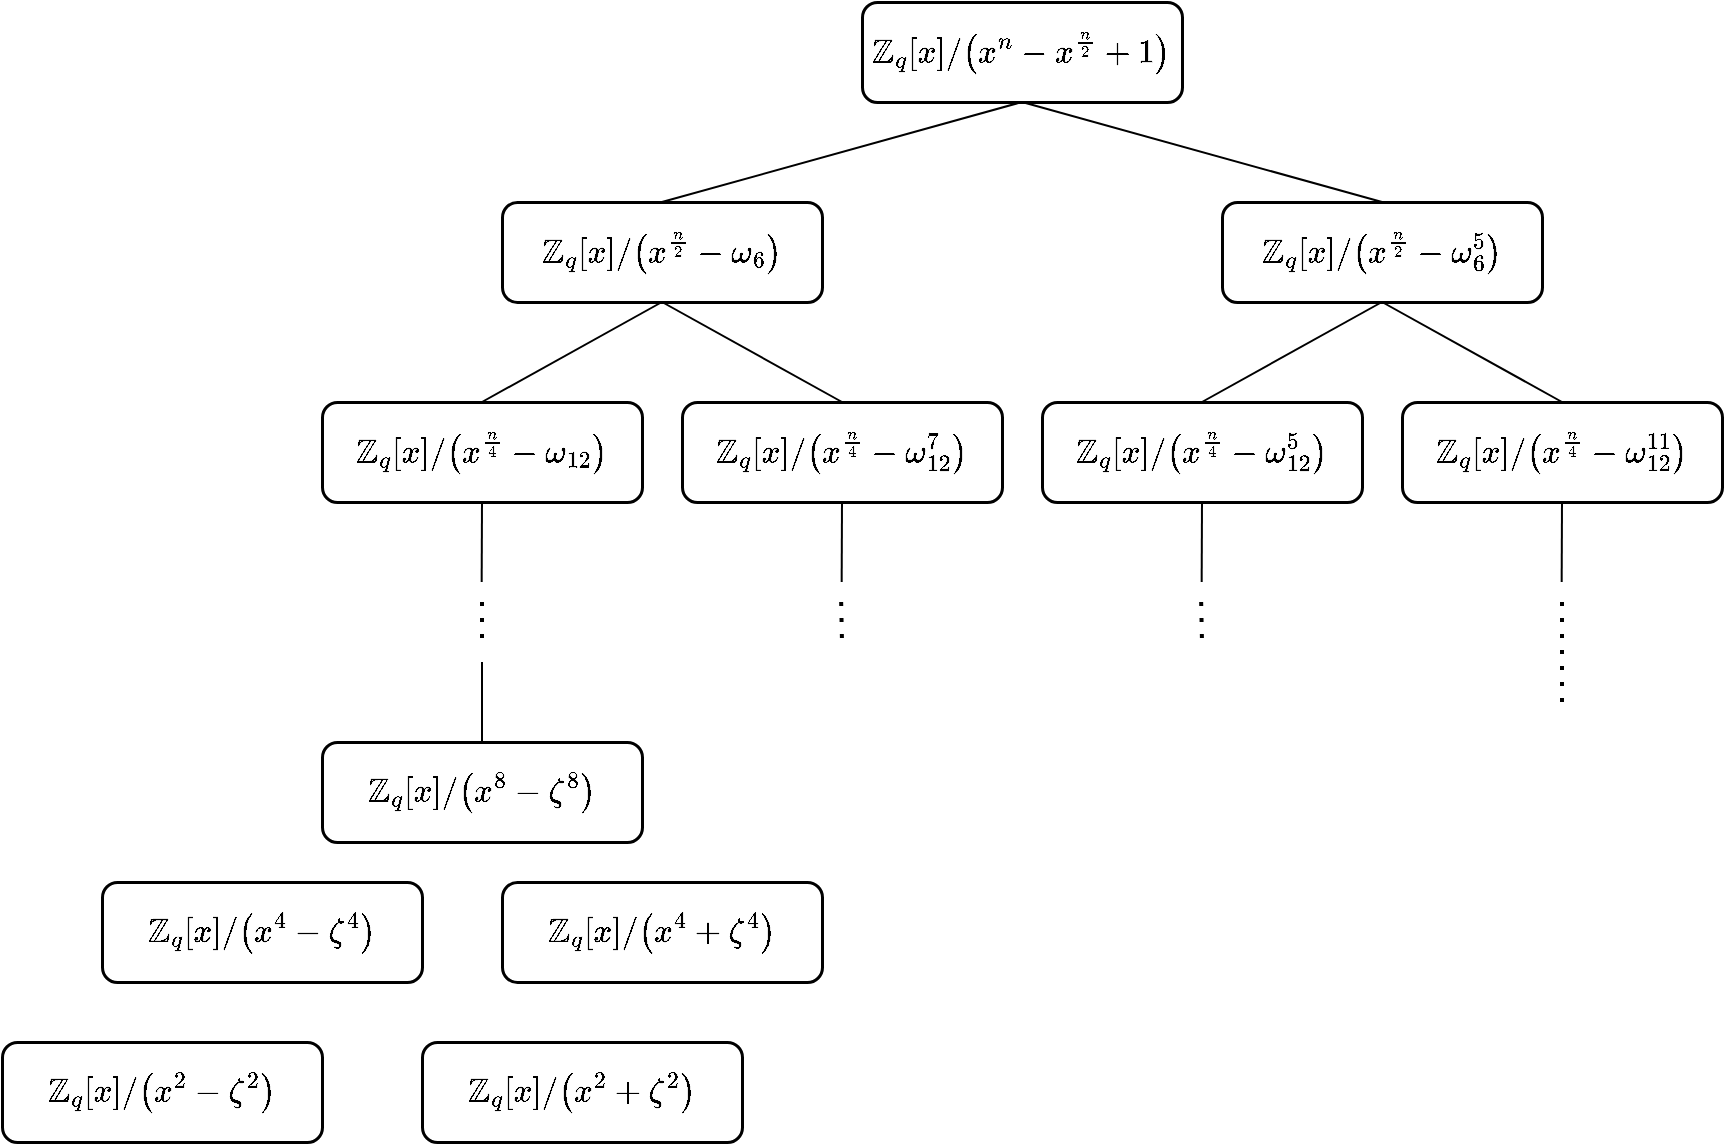
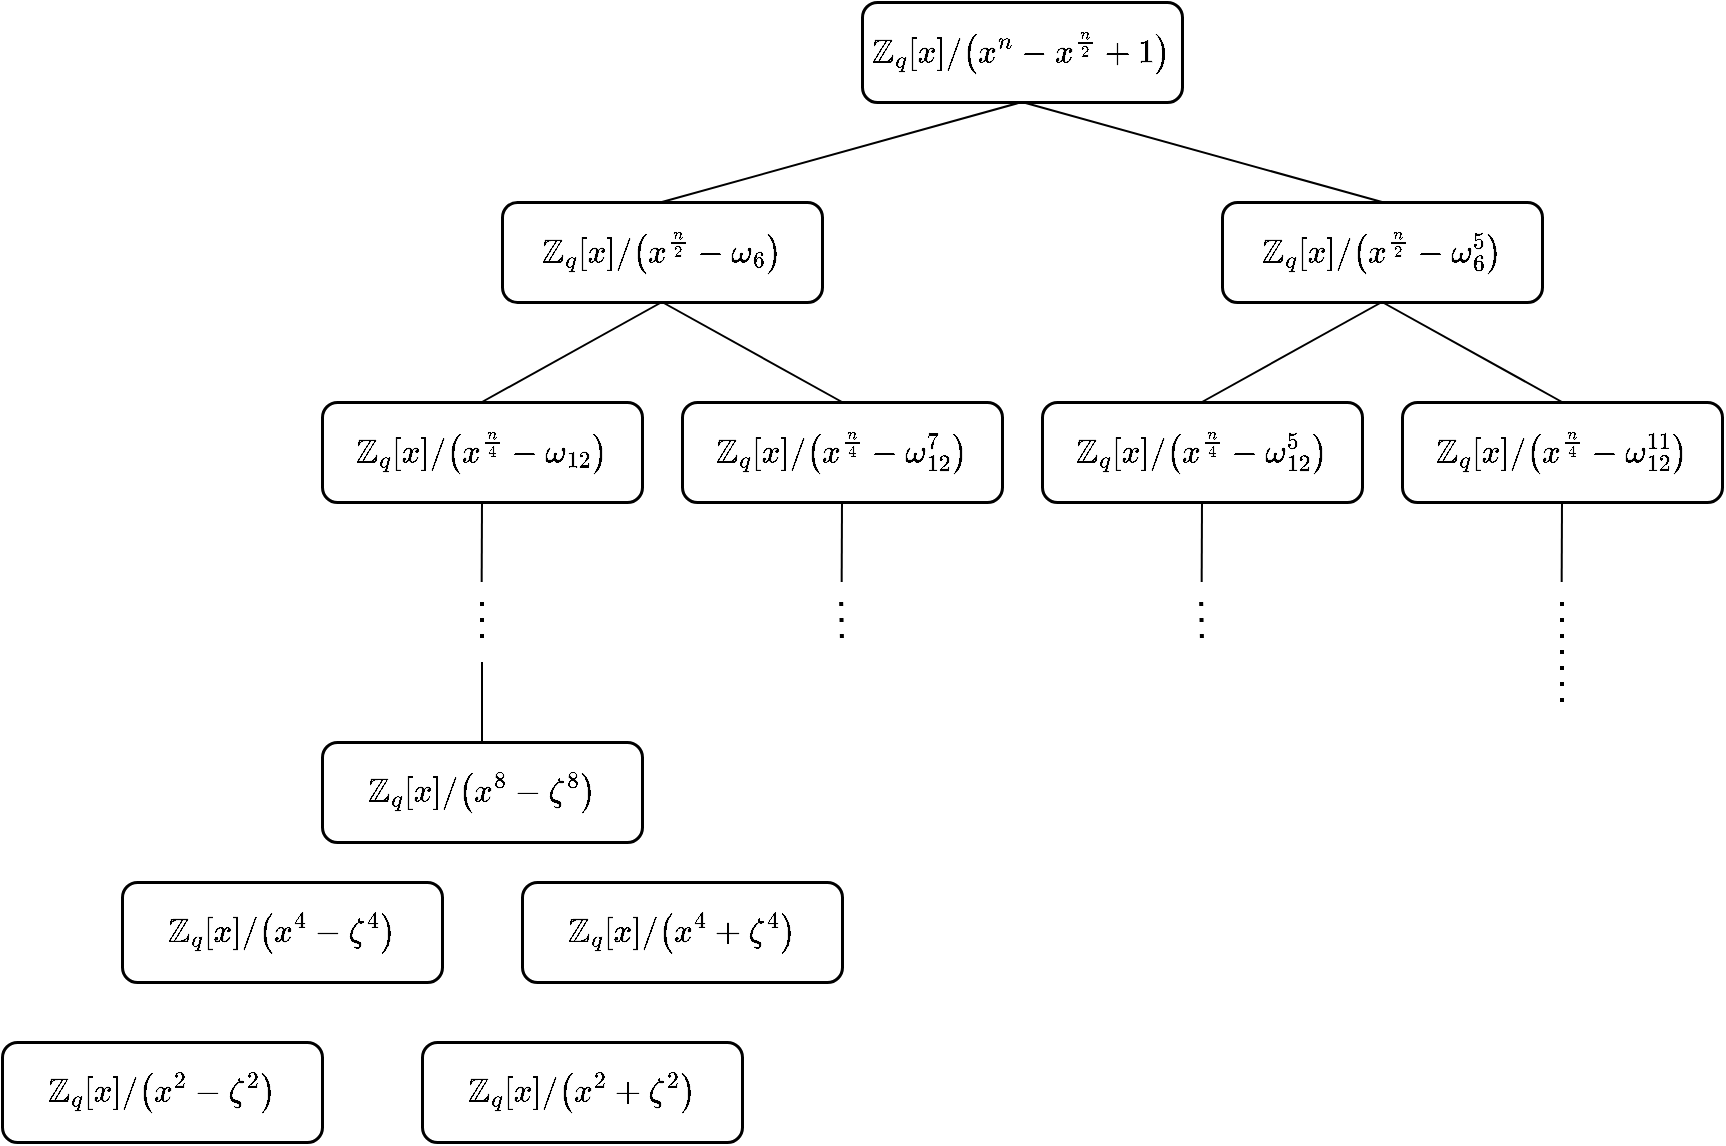
<mxfile host="app.diagrams.net">
  <diagram name="第 1 页" id="r_cadCLkMDmKBiWyYnG-">
    <mxGraphModel dx="1095" dy="708" grid="1" gridSize="10" guides="1" tooltips="1" connect="1" arrows="1" fold="1" page="1" pageScale="1" pageWidth="1600" pageHeight="900" math="1" shadow="0">
      <root>
        <mxCell id="0" />
        <mxCell id="1" parent="0" />
        <mxCell id="RMBLcs9uN_SKzhUv9nPz-4" edge="1" parent="1" style="rounded=0;orthogonalLoop=1;jettySize=auto;html=1;exitX=0.5;exitY=1;exitDx=0;exitDy=0;entryX=0.5;entryY=0;entryDx=0;entryDy=0;endArrow=none;endFill=0;" target="RMBLcs9uN_SKzhUv9nPz-11">
          <mxGeometry relative="1" as="geometry">
            <mxPoint x="620" y="190" as="sourcePoint" />
          </mxGeometry>
        </mxCell>
        <mxCell id="RMBLcs9uN_SKzhUv9nPz-5" edge="1" parent="1" style="edgeStyle=none;shape=connector;rounded=0;orthogonalLoop=1;jettySize=auto;html=1;exitX=0.5;exitY=1;exitDx=0;exitDy=0;entryX=0.5;entryY=0;entryDx=0;entryDy=0;strokeColor=default;align=center;verticalAlign=middle;fontFamily=Helvetica;fontSize=11;fontColor=default;labelBackgroundColor=default;endArrow=none;endFill=0;" target="RMBLcs9uN_SKzhUv9nPz-13">
          <mxGeometry relative="1" as="geometry">
            <mxPoint x="620" y="190" as="sourcePoint" />
          </mxGeometry>
        </mxCell>
        <mxCell id="RMBLcs9uN_SKzhUv9nPz-7" edge="1" parent="1" style="edgeStyle=none;shape=connector;rounded=0;orthogonalLoop=1;jettySize=auto;html=1;exitX=0.5;exitY=1;exitDx=0;exitDy=0;entryX=0.5;entryY=0;entryDx=0;entryDy=0;strokeColor=default;align=center;verticalAlign=middle;fontFamily=Helvetica;fontSize=11;fontColor=default;labelBackgroundColor=default;endArrow=none;endFill=0;" target="RMBLcs9uN_SKzhUv9nPz-15">
          <mxGeometry relative="1" as="geometry">
            <mxPoint x="980" y="190" as="sourcePoint" />
          </mxGeometry>
        </mxCell>
        <mxCell id="RMBLcs9uN_SKzhUv9nPz-8" edge="1" parent="1" style="edgeStyle=none;shape=connector;rounded=0;orthogonalLoop=1;jettySize=auto;html=1;exitX=0.5;exitY=1;exitDx=0;exitDy=0;entryX=0.5;entryY=0;entryDx=0;entryDy=0;strokeColor=default;align=center;verticalAlign=middle;fontFamily=Helvetica;fontSize=11;fontColor=default;labelBackgroundColor=default;endArrow=none;endFill=0;" target="RMBLcs9uN_SKzhUv9nPz-17">
          <mxGeometry relative="1" as="geometry">
            <mxPoint x="980" y="190" as="sourcePoint" />
          </mxGeometry>
        </mxCell>
        <mxCell id="RMBLcs9uN_SKzhUv9nPz-10" edge="1" parent="1" source="RMBLcs9uN_SKzhUv9nPz-11" style="edgeStyle=none;shape=connector;rounded=0;orthogonalLoop=1;jettySize=auto;html=1;exitX=0.5;exitY=1;exitDx=0;exitDy=0;strokeColor=default;align=center;verticalAlign=middle;fontFamily=Helvetica;fontSize=11;fontColor=default;labelBackgroundColor=default;endArrow=none;endFill=0;">
          <mxGeometry relative="1" as="geometry">
            <mxPoint x="529.8333333333335" y="330" as="targetPoint" />
          </mxGeometry>
        </mxCell>
        <mxCell id="RMBLcs9uN_SKzhUv9nPz-11" parent="1" style="rounded=1;whiteSpace=wrap;html=1;strokeWidth=1.5;fontSize=14;" value="`\mathbb{Z}_{q} [x] \/ (x^{n/4} - \omega_12)`" vertex="1">
          <mxGeometry height="50" width="160" x="450" y="240" as="geometry" />
        </mxCell>
        <mxCell id="RMBLcs9uN_SKzhUv9nPz-12" edge="1" parent="1" source="RMBLcs9uN_SKzhUv9nPz-13" style="edgeStyle=none;shape=connector;rounded=0;orthogonalLoop=1;jettySize=auto;html=1;exitX=0.5;exitY=1;exitDx=0;exitDy=0;strokeColor=default;align=center;verticalAlign=middle;fontFamily=Helvetica;fontSize=11;fontColor=default;labelBackgroundColor=default;endArrow=none;endFill=0;">
          <mxGeometry relative="1" as="geometry">
            <mxPoint x="709.8333333333335" y="330" as="targetPoint" />
          </mxGeometry>
        </mxCell>
        <mxCell id="RMBLcs9uN_SKzhUv9nPz-13" parent="1" style="rounded=1;whiteSpace=wrap;html=1;strokeWidth=1.5;fontSize=14;" value="`\mathbb{Z}_{q} [x] \/ (x^{n/4} - \omega_{12}^{7})`" vertex="1">
          <mxGeometry height="50" width="160" x="630" y="240" as="geometry" />
        </mxCell>
        <mxCell id="RMBLcs9uN_SKzhUv9nPz-14" edge="1" parent="1" source="RMBLcs9uN_SKzhUv9nPz-15" style="edgeStyle=none;shape=connector;rounded=0;orthogonalLoop=1;jettySize=auto;html=1;exitX=0.5;exitY=1;exitDx=0;exitDy=0;strokeColor=default;align=center;verticalAlign=middle;fontFamily=Helvetica;fontSize=11;fontColor=default;labelBackgroundColor=default;endArrow=none;endFill=0;">
          <mxGeometry relative="1" as="geometry">
            <mxPoint x="889.8333333333335" y="330" as="targetPoint" />
          </mxGeometry>
        </mxCell>
        <mxCell id="RMBLcs9uN_SKzhUv9nPz-15" parent="1" style="rounded=1;whiteSpace=wrap;html=1;strokeWidth=1.5;fontSize=14;" value="`\mathbb{Z}_{q} [x] \/ (x^{n/4} - \omega_{12}^{5})`" vertex="1">
          <mxGeometry height="50" width="160" x="810" y="240" as="geometry" />
        </mxCell>
        <mxCell id="RMBLcs9uN_SKzhUv9nPz-16" edge="1" parent="1" source="RMBLcs9uN_SKzhUv9nPz-17" style="edgeStyle=none;shape=connector;rounded=0;orthogonalLoop=1;jettySize=auto;html=1;exitX=0.5;exitY=1;exitDx=0;exitDy=0;strokeColor=default;align=center;verticalAlign=middle;fontFamily=Helvetica;fontSize=11;fontColor=default;labelBackgroundColor=default;endArrow=none;endFill=0;">
          <mxGeometry relative="1" as="geometry">
            <mxPoint x="1069.8333333333335" y="330" as="targetPoint" />
          </mxGeometry>
        </mxCell>
        <mxCell id="RMBLcs9uN_SKzhUv9nPz-17" parent="1" style="rounded=1;whiteSpace=wrap;html=1;strokeWidth=1.5;fontSize=14;" value="`\mathbb{Z}_{q} [x] \/ (x^{n/4} - \omega_{12}^{11})`" vertex="1">
          <mxGeometry height="50" width="160" x="990" y="240" as="geometry" />
        </mxCell>
        <mxCell id="RMBLcs9uN_SKzhUv9nPz-18" edge="1" parent="1" style="endArrow=none;dashed=1;html=1;dashPattern=1 3;strokeWidth=2;rounded=0;strokeColor=default;align=center;verticalAlign=middle;fontFamily=Helvetica;fontSize=11;fontColor=default;labelBackgroundColor=default;" value="">
          <mxGeometry height="50" relative="1" width="50" as="geometry">
            <mxPoint x="530" y="340" as="sourcePoint" />
            <mxPoint x="530" y="360" as="targetPoint" />
          </mxGeometry>
        </mxCell>
        <mxCell id="RMBLcs9uN_SKzhUv9nPz-19" edge="1" parent="1" style="endArrow=none;dashed=1;html=1;dashPattern=1 3;strokeWidth=2;rounded=0;strokeColor=default;align=center;verticalAlign=middle;fontFamily=Helvetica;fontSize=11;fontColor=default;labelBackgroundColor=default;" value="">
          <mxGeometry height="50" relative="1" width="50" as="geometry">
            <mxPoint x="709.5799999999999" y="340" as="sourcePoint" />
            <mxPoint x="710" y="360" as="targetPoint" />
          </mxGeometry>
        </mxCell>
        <mxCell id="RMBLcs9uN_SKzhUv9nPz-20" edge="1" parent="1" style="endArrow=none;dashed=1;html=1;dashPattern=1 3;strokeWidth=2;rounded=0;strokeColor=default;align=center;verticalAlign=middle;fontFamily=Helvetica;fontSize=11;fontColor=default;labelBackgroundColor=default;" value="">
          <mxGeometry height="50" relative="1" width="50" as="geometry">
            <mxPoint x="889.5799999999999" y="340" as="sourcePoint" />
            <mxPoint x="890" y="360" as="targetPoint" />
          </mxGeometry>
        </mxCell>
        <mxCell id="RMBLcs9uN_SKzhUv9nPz-21" edge="1" parent="1" style="endArrow=none;dashed=1;html=1;dashPattern=1 3;strokeWidth=2;rounded=0;strokeColor=default;align=center;verticalAlign=middle;fontFamily=Helvetica;fontSize=11;fontColor=default;labelBackgroundColor=default;" value="">
          <mxGeometry height="50" relative="1" width="50" as="geometry">
            <mxPoint x="1070" y="340" as="sourcePoint" />
            <mxPoint x="1070" y="390" as="targetPoint" />
          </mxGeometry>
        </mxCell>
        <mxCell id="RMBLcs9uN_SKzhUv9nPz-24" parent="1" style="rounded=1;whiteSpace=wrap;html=1;strokeWidth=1.5;fontSize=14;" value="`\mathbb{Z}_{q} [x] \/ (x^{8} - \zeta^8)`" vertex="1">
          <mxGeometry height="50" width="160" x="450" y="410" as="geometry" />
        </mxCell>
        <mxCell id="RMBLcs9uN_SKzhUv9nPz-25" edge="1" parent="1" style="edgeStyle=none;shape=connector;rounded=0;orthogonalLoop=1;jettySize=auto;html=1;strokeColor=default;align=center;verticalAlign=middle;fontFamily=Helvetica;fontSize=11;fontColor=default;labelBackgroundColor=default;endArrow=none;endFill=0;entryX=0.5;entryY=0;entryDx=0;entryDy=0;" target="RMBLcs9uN_SKzhUv9nPz-24">
          <mxGeometry relative="1" as="geometry">
            <mxPoint x="530" y="370" as="sourcePoint" />
            <mxPoint x="520" y="410" as="targetPoint" />
          </mxGeometry>
        </mxCell>
        <mxCell id="RMBLcs9uN_SKzhUv9nPz-27" edge="1" parent="1" source="RMBLcs9uN_SKzhUv9nPz-29" style="rounded=0;orthogonalLoop=1;jettySize=auto;html=1;exitX=0.5;exitY=1;exitDx=0;exitDy=0;entryX=0.5;entryY=0;entryDx=0;entryDy=0;endArrow=none;endFill=0;fontSize=14;" target="RMBLcs9uN_SKzhUv9nPz-31">
          <mxGeometry relative="1" as="geometry">
            <mxPoint x="1070" y="160" as="targetPoint" />
          </mxGeometry>
        </mxCell>
        <mxCell id="RMBLcs9uN_SKzhUv9nPz-28" edge="1" parent="1" source="RMBLcs9uN_SKzhUv9nPz-29" style="rounded=0;orthogonalLoop=1;jettySize=auto;html=1;exitX=0.5;exitY=1;exitDx=0;exitDy=0;endArrow=none;endFill=0;entryX=0.5;entryY=0;entryDx=0;entryDy=0;fontSize=14;" target="RMBLcs9uN_SKzhUv9nPz-30">
          <mxGeometry relative="1" as="geometry">
            <mxPoint x="600" y="160" as="targetPoint" />
          </mxGeometry>
        </mxCell>
        <mxCell id="RMBLcs9uN_SKzhUv9nPz-29" parent="1" style="rounded=1;whiteSpace=wrap;html=1;strokeWidth=1.5;fontSize=14;" value="`\mathbb{Z}_{q} [x] \/ (x^n - x^{n/2} + 1)`" vertex="1">
          <mxGeometry height="50" width="160" x="720" y="40" as="geometry" />
        </mxCell>
        <mxCell id="RMBLcs9uN_SKzhUv9nPz-30" parent="1" style="rounded=1;whiteSpace=wrap;html=1;strokeWidth=1.5;fontSize=14;" value="`\mathbb{Z}_{q} [x] \/ (x^{n/2} - \omega_6)`" vertex="1">
          <mxGeometry height="50" width="160" x="540" y="140" as="geometry" />
        </mxCell>
        <mxCell id="RMBLcs9uN_SKzhUv9nPz-31" parent="1" style="rounded=1;whiteSpace=wrap;html=1;strokeWidth=1.5;fontSize=14;" value="`\mathbb{Z}_{q} [x] \/ (x^{n/2} - \omega_{6}^5)`" vertex="1">
          <mxGeometry height="50" width="160" x="900" y="140" as="geometry" />
        </mxCell>
        <mxCell id="RMBLcs9uN_SKzhUv9nPz-34" parent="1" style="rounded=1;whiteSpace=wrap;html=1;strokeWidth=1.5;fontSize=14;" value="`\mathbb{Z}_{q} [x] \/ (x^{4} + \zeta^4)`" vertex="1">
-           <mxGeometry height="50" width="160" x="540" y="480" as="geometry" />
+           <mxGeometry height="50" width="160" x="550" y="480" as="geometry" />
        </mxCell>
        <mxCell id="RMBLcs9uN_SKzhUv9nPz-35" parent="1" style="rounded=1;whiteSpace=wrap;html=1;strokeWidth=1.5;fontSize=14;" value="`\mathbb{Z}_{q} [x] \/ (x^{4} - \zeta^4)`" vertex="1">
-           <mxGeometry height="50" width="160" x="340" y="480" as="geometry" />
+           <mxGeometry height="50" width="160" x="350" y="480" as="geometry" />
        </mxCell>
        <mxCell id="RMBLcs9uN_SKzhUv9nPz-36" parent="1" style="rounded=1;whiteSpace=wrap;html=1;strokeWidth=1.5;fontSize=14;" value="`\mathbb{Z}_{q} [x] \/ (x^{2} - \zeta^2)`" vertex="1">
          <mxGeometry height="50" width="160" x="290" y="560" as="geometry" />
        </mxCell>
        <mxCell id="RMBLcs9uN_SKzhUv9nPz-37" parent="1" style="rounded=1;whiteSpace=wrap;html=1;strokeWidth=1.5;fontSize=14;" value="`\mathbb{Z}_{q} [x] \/ (x^{2} + \zeta^2)`" vertex="1">
          <mxGeometry height="50" width="160" x="500" y="560" as="geometry" />
        </mxCell>
      </root>
    </mxGraphModel>
  </diagram>
</mxfile>
